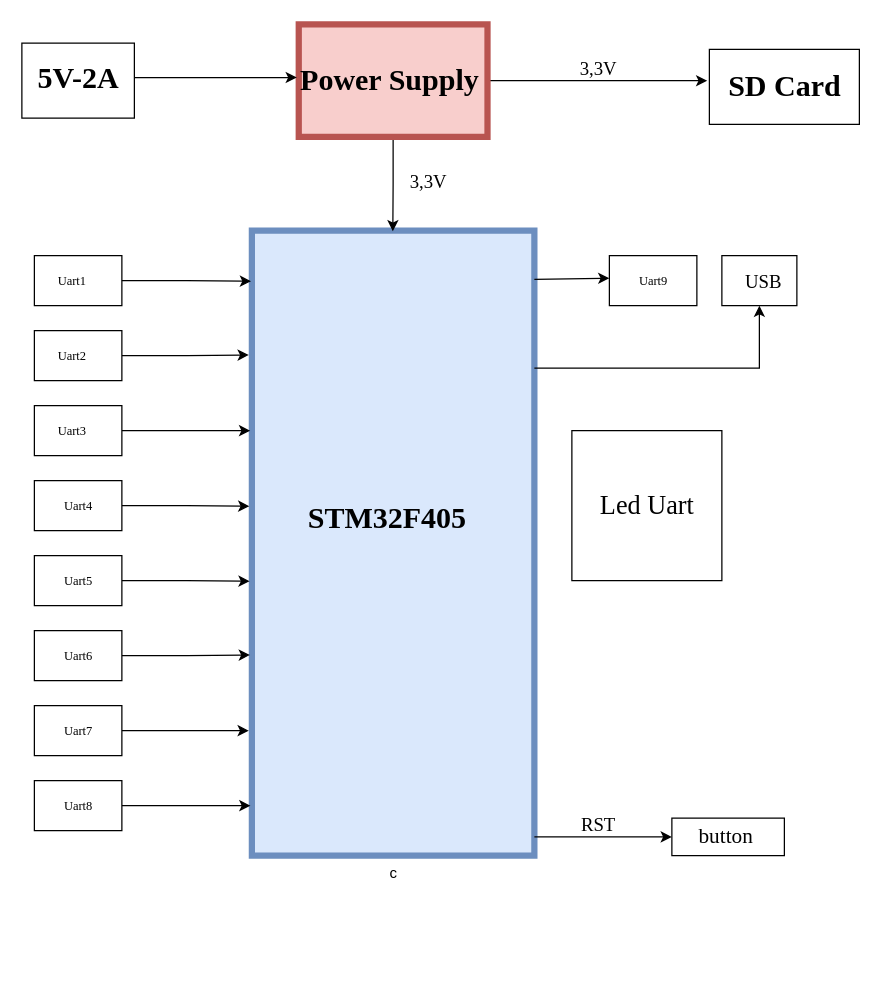
Earlier version of the draw.io diagram Untitled Diagram.drawio (quang-coder/quang). Source tidied: cells renumbered, new cells numbered last; positions are measured from the earlier drawing's top-left corner, leaving out a move shared by most shapes. Both pictures are drawn from the tidied source at 125%, with x=0, y=0 at pixel (21, 24).
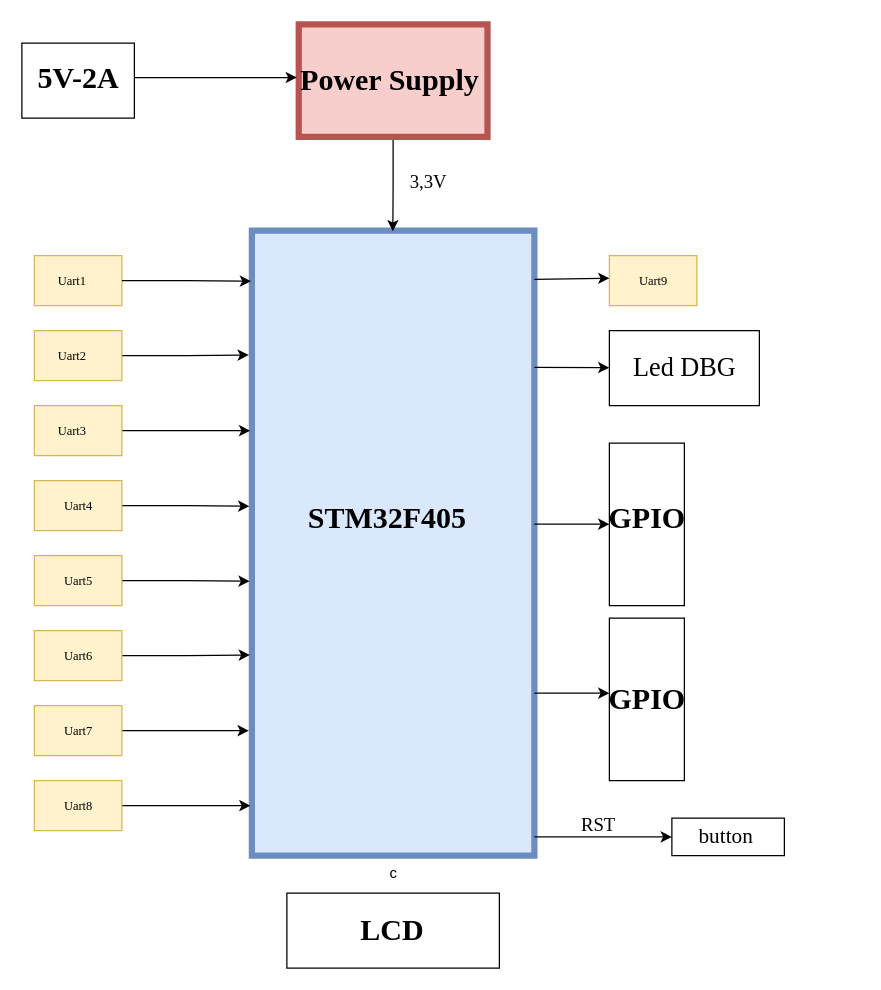
After the change.

The change refers to these unchanged cells:
```xml
<mxCell id="2" value="c" style="verticalLabelPosition=bottom;verticalAlign=top;html=1;shape=mxgraph.basic.rect;fillColor2=none;strokeWidth=5;size=20;indent=5;fillColor=#dae8fc;strokeColor=#6c8ebf;fontFamily=Helvetica;" parent="1" vertex="1">
  <mxGeometry x="184" y="165" width="226" height="500" as="geometry" />
</mxCell>
<mxCell id="5" style="verticalLabelPosition=bottom;verticalAlign=top;html=1;shape=mxgraph.basic.rect;fillColor2=none;strokeWidth=5;size=20;indent=5;fillColor=#f8cecc;strokeColor=#b85450;align=center;" parent="1" vertex="1">
  <mxGeometry x="221.5" width="151" height="90" as="geometry" />
</mxCell>
```

Change to the diagram source:
```diff
@@
-    <mxCell id="4" style="edgeStyle=orthogonalEdgeStyle;rounded=0;jettySize=auto;html=1;entryX=-0.014;entryY=0.417;entryDx=0;entryDy=0;entryPerimeter=0;fontFamily=Times New Roman;fontSize=17;" parent="1" edge="1" source="5" target="24">
-      <mxGeometry relative="1" as="geometry" />
-    </mxCell>
@@
-    <mxCell id="6" style="verticalLabelPosition=bottom;verticalAlign=top;html=1;shape=mxgraph.basic.rect;fillColor2=none;strokeWidth=1;size=20;indent=5;" parent="1" vertex="1">
+    <mxCell id="6" style="verticalLabelPosition=bottom;verticalAlign=top;html=1;shape=mxgraph.basic.rect;fillColor2=none;strokeWidth=1;size=20;indent=5;fillColor=#fff2cc;strokeColor=#d6b656;" parent="1" vertex="1">
       <mxGeometry x="10" y="185" width="70" height="40" as="geometry" />
     </mxCell>
@@
-    <mxCell id="8" style="verticalLabelPosition=bottom;verticalAlign=top;html=1;shape=mxgraph.basic.rect;fillColor2=none;strokeWidth=1;size=20;indent=5;" parent="1" vertex="1">
+    <mxCell id="8" style="verticalLabelPosition=bottom;verticalAlign=top;html=1;shape=mxgraph.basic.rect;fillColor2=none;strokeWidth=1;size=20;indent=5;fillColor=#fff2cc;strokeColor=#d6b656;" parent="1" vertex="1">
       <mxGeometry x="10" y="245" width="70" height="40" as="geometry" />
     </mxCell>
@@
-    <mxCell id="10" style="verticalLabelPosition=bottom;verticalAlign=top;html=1;shape=mxgraph.basic.rect;fillColor2=none;strokeWidth=1;size=20;indent=5;" parent="1" vertex="1">
+    <mxCell id="10" style="verticalLabelPosition=bottom;verticalAlign=top;html=1;shape=mxgraph.basic.rect;fillColor2=none;strokeWidth=1;size=20;indent=5;fillColor=#fff2cc;strokeColor=#d6b656;" parent="1" vertex="1">
       <mxGeometry x="10" y="305" width="70" height="40" as="geometry" />
     </mxCell>
@@
-    <mxCell id="12" style="verticalLabelPosition=bottom;verticalAlign=top;html=1;shape=mxgraph.basic.rect;fillColor2=none;strokeWidth=1;size=20;indent=5;" parent="1" vertex="1">
+    <mxCell id="12" style="verticalLabelPosition=bottom;verticalAlign=top;html=1;shape=mxgraph.basic.rect;fillColor2=none;strokeWidth=1;size=20;indent=5;fillColor=#fff2cc;strokeColor=#d6b656;" parent="1" vertex="1">
       <mxGeometry x="10" y="365" width="70" height="40" as="geometry" />
     </mxCell>
@@
-    <mxCell id="14" style="verticalLabelPosition=bottom;verticalAlign=top;html=1;shape=mxgraph.basic.rect;fillColor2=none;strokeWidth=1;size=20;indent=5;" parent="1" vertex="1">
+    <mxCell id="14" style="verticalLabelPosition=bottom;verticalAlign=top;html=1;shape=mxgraph.basic.rect;fillColor2=none;strokeWidth=1;size=20;indent=5;fillColor=#fff2cc;strokeColor=#d6b656;" parent="1" vertex="1">
       <mxGeometry x="10" y="425" width="70" height="40" as="geometry" />
     </mxCell>
@@
-    <mxCell id="16" style="verticalLabelPosition=bottom;verticalAlign=top;html=1;shape=mxgraph.basic.rect;fillColor2=none;strokeWidth=1;size=20;indent=5;" parent="1" vertex="1">
+    <mxCell id="16" style="verticalLabelPosition=bottom;verticalAlign=top;html=1;shape=mxgraph.basic.rect;fillColor2=none;strokeWidth=1;size=20;indent=5;fillColor=#fff2cc;strokeColor=#d6b656;" parent="1" vertex="1">
       <mxGeometry x="10" y="485" width="70" height="40" as="geometry" />
     </mxCell>
@@
-    <mxCell id="18" style="verticalLabelPosition=bottom;verticalAlign=top;html=1;shape=mxgraph.basic.rect;fillColor2=none;strokeWidth=1;size=20;indent=5;" parent="1" vertex="1">
+    <mxCell id="18" style="verticalLabelPosition=bottom;verticalAlign=top;html=1;shape=mxgraph.basic.rect;fillColor2=none;strokeWidth=1;size=20;indent=5;fillColor=#fff2cc;strokeColor=#d6b656;" parent="1" vertex="1">
       <mxGeometry x="10" y="545" width="70" height="40" as="geometry" />
     </mxCell>
@@
-    <mxCell id="20" style="verticalLabelPosition=bottom;verticalAlign=top;html=1;shape=mxgraph.basic.rect;fillColor2=none;strokeWidth=1;size=20;indent=5;" parent="1" vertex="1">
+    <mxCell id="20" style="verticalLabelPosition=bottom;verticalAlign=top;html=1;shape=mxgraph.basic.rect;fillColor2=none;strokeWidth=1;size=20;indent=5;fillColor=#fff2cc;strokeColor=#d6b656;" parent="1" vertex="1">
       <mxGeometry x="10" y="605" width="70" height="40" as="geometry" />
     </mxCell>
-    <mxCell id="21" style="verticalLabelPosition=bottom;verticalAlign=top;html=1;shape=mxgraph.basic.rect;fillColor2=none;strokeWidth=1;size=20;indent=5;" parent="1" vertex="1">
+    <mxCell id="21" style="verticalLabelPosition=bottom;verticalAlign=top;html=1;shape=mxgraph.basic.rect;fillColor2=none;strokeWidth=1;size=20;indent=5;fillColor=#fff2cc;strokeColor=#d6b656;" parent="1" vertex="1">
       <mxGeometry x="470" y="185" width="70" height="40" as="geometry" />
     </mxCell>
@@
-    <mxCell id="24" style="verticalLabelPosition=bottom;verticalAlign=top;html=1;shape=mxgraph.basic.rect;fillColor2=none;strokeWidth=1;size=20;indent=5;fontFamily=Times New Roman;" parent="1" vertex="1">
-      <mxGeometry x="550" y="20" width="120" height="60" as="geometry" />
-    </mxCell>
-    <mxCell id="25" value="SD Card" style="text;strokeColor=none;fillColor=none;html=1;fontSize=24;fontStyle=1;verticalAlign=middle;align=center;fontFamily=Times New Roman;" parent="1" vertex="1">
-      <mxGeometry x="560" y="30" width="100" height="40" as="geometry" />
-    </mxCell>
@@
-    <mxCell id="27" style="verticalLabelPosition=bottom;verticalAlign=top;html=1;shape=mxgraph.basic.rect;fillColor2=none;strokeWidth=1;size=20;indent=5;fontFamily=Times New Roman;" parent="1" vertex="1">
-      <mxGeometry x="560" y="185" width="60" height="40" as="geometry" />
-    </mxCell>
-    <mxCell id="28" value="USB&amp;nbsp;" style="text;strokeColor=none;fillColor=none;html=1;fontSize=15;fontStyle=0;verticalAlign=middle;align=center;fontFamily=Times New Roman;" parent="1" vertex="1">
-      <mxGeometry x="570" y="185" width="50" height="40" as="geometry" />
-    </mxCell>
@@
-    <mxCell id="45" value="3,3V" style="text;strokeColor=none;fillColor=none;html=1;fontSize=15;fontStyle=0;verticalAlign=middle;align=center;fontFamily=Times New Roman;" parent="1" vertex="1">
-      <mxGeometry x="441.5" y="15" width="38.5" height="40" as="geometry" />
-    </mxCell>
@@
     <mxCell id="49" style="verticalLabelPosition=bottom;verticalAlign=top;html=1;shape=mxgraph.basic.rect;fillColor2=none;strokeWidth=1;size=20;indent=5;fontFamily=Times New Roman;fontSize=15;fontStyle=1;" parent="1" vertex="1">
-      <mxGeometry x="440" y="325" width="120" height="120" as="geometry" />
+      <mxGeometry x="470" y="245" width="120" height="60" as="geometry" />
     </mxCell>
-    <mxCell id="50" value="Led Uart" style="text;strokeColor=none;fillColor=none;html=1;fontSize=21;fontStyle=0;verticalAlign=middle;align=center;fontFamily=Times New Roman;" parent="1" vertex="1">
-      <mxGeometry x="450" y="365" width="100" height="40" as="geometry" />
+    <mxCell id="50" value="Led DBG" style="text;strokeColor=none;fillColor=none;html=1;fontSize=21;fontStyle=0;verticalAlign=middle;align=center;fontFamily=Times New Roman;" parent="1" vertex="1">
+      <mxGeometry x="480" y="255" width="100" height="40" as="geometry" />
     </mxCell>
-    <mxCell id="51" style="edgeStyle=segmentEdgeStyle;endArrow=classic;html=1;rounded=0;fontFamily=Times New Roman;fontSize=21;" parent="1" edge="1" source="2">
-      <mxGeometry relative="1" as="geometry">
-        <mxPoint x="590" y="225" as="targetPoint" />
-        <Array as="points">
-          <mxPoint x="590" y="275" />
-        </Array>
-      </mxGeometry>
-    </mxCell>
+    <mxCell id="52" style="verticalLabelPosition=bottom;verticalAlign=top;html=1;shape=mxgraph.basic.rect;fillColor2=none;strokeWidth=1;size=20;indent=5;fontFamily=Times New Roman;fontSize=21;" parent="1" vertex="1">
+      <mxGeometry x="470" y="335" width="60" height="130" as="geometry" />
+    </mxCell>
+    <mxCell id="53" style="verticalLabelPosition=bottom;verticalAlign=top;html=1;shape=mxgraph.basic.rect;fillColor2=none;strokeWidth=1;size=20;indent=5;fontFamily=Times New Roman;fontSize=21;" parent="1" vertex="1">
+      <mxGeometry x="470" y="475" width="60" height="130" as="geometry" />
+    </mxCell>
+    <mxCell id="54" style="endArrow=classic;html=1;rounded=0;fontFamily=Times New Roman;fontSize=21;" parent="1" edge="1">
+      <mxGeometry relative="1" as="geometry">
+        <mxPoint x="410" y="399.8" as="sourcePoint" />
+        <mxPoint x="470" y="399.8" as="targetPoint" />
+      </mxGeometry>
+    </mxCell>
+    <mxCell id="55" style="endArrow=classic;html=1;rounded=0;fontFamily=Times New Roman;fontSize=21;" parent="1" edge="1">
+      <mxGeometry relative="1" as="geometry">
+        <mxPoint x="410" y="535" as="sourcePoint" />
+        <mxPoint x="470" y="535" as="targetPoint" />
+      </mxGeometry>
+    </mxCell>
+    <mxCell id="56" value="GPIO" style="text;strokeColor=none;fillColor=none;html=1;fontSize=24;fontStyle=1;verticalAlign=middle;align=center;fontFamily=Times New Roman;" parent="1" vertex="1">
+      <mxGeometry x="460" y="380" width="80" height="30" as="geometry" />
+    </mxCell>
+    <mxCell id="57" value="GPIO" style="text;strokeColor=none;fillColor=none;html=1;fontSize=24;fontStyle=1;verticalAlign=middle;align=center;fontFamily=Times New Roman;" parent="1" vertex="1">
+      <mxGeometry x="460" y="525" width="80" height="30" as="geometry" />
+    </mxCell>
+    <mxCell id="58" style="endArrow=classic;html=1;rounded=0;fontFamily=Times New Roman;fontSize=21;" parent="1" edge="1">
+      <mxGeometry relative="1" as="geometry">
+        <mxPoint x="410" y="274.4" as="sourcePoint" />
+        <mxPoint x="470" y="274.4" as="targetPoint" />
+        <Array as="points">
+          <mxPoint x="470" y="274.6" />
+        </Array>
+      </mxGeometry>
+    </mxCell>
+    <mxCell id="59" style="verticalLabelPosition=bottom;verticalAlign=top;html=1;shape=mxgraph.basic.rect;fillColor2=none;strokeWidth=1;size=20;indent=5;fontFamily=Times New Roman;fontSize=21;" parent="1" vertex="1">
+      <mxGeometry x="212" y="695" width="170" height="60" as="geometry" />
+    </mxCell>
+    <mxCell id="60" value="LCD" style="text;strokeColor=none;fillColor=none;html=1;fontSize=24;fontStyle=1;verticalAlign=middle;align=center;fontFamily=Times New Roman;" parent="1" vertex="1">
+      <mxGeometry x="245.5" y="705" width="100" height="40" as="geometry" />
+    </mxCell>
```
